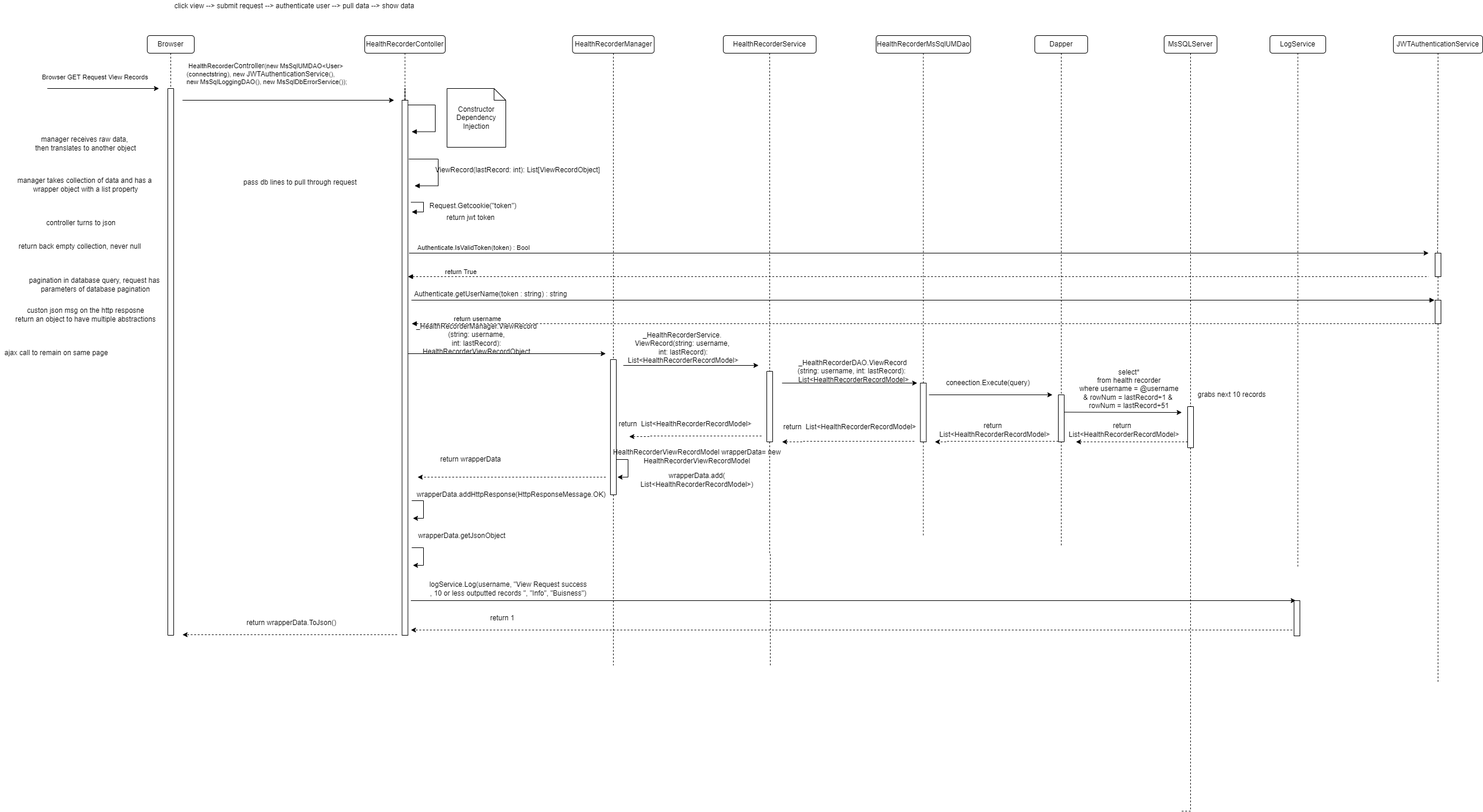
Before: Documents/Features/Feature - Health Recorder/ViewRecords/ViewRecord-ViewRecord.drawio.png, a diagram exported from draw.io (Annihilator3180/CECS-491A-Senior-Project). Source tidied: cells renumbered, new cells last; positions are measured from the earlier drawing's top-left corner, leaving out a move shared by most shapes.
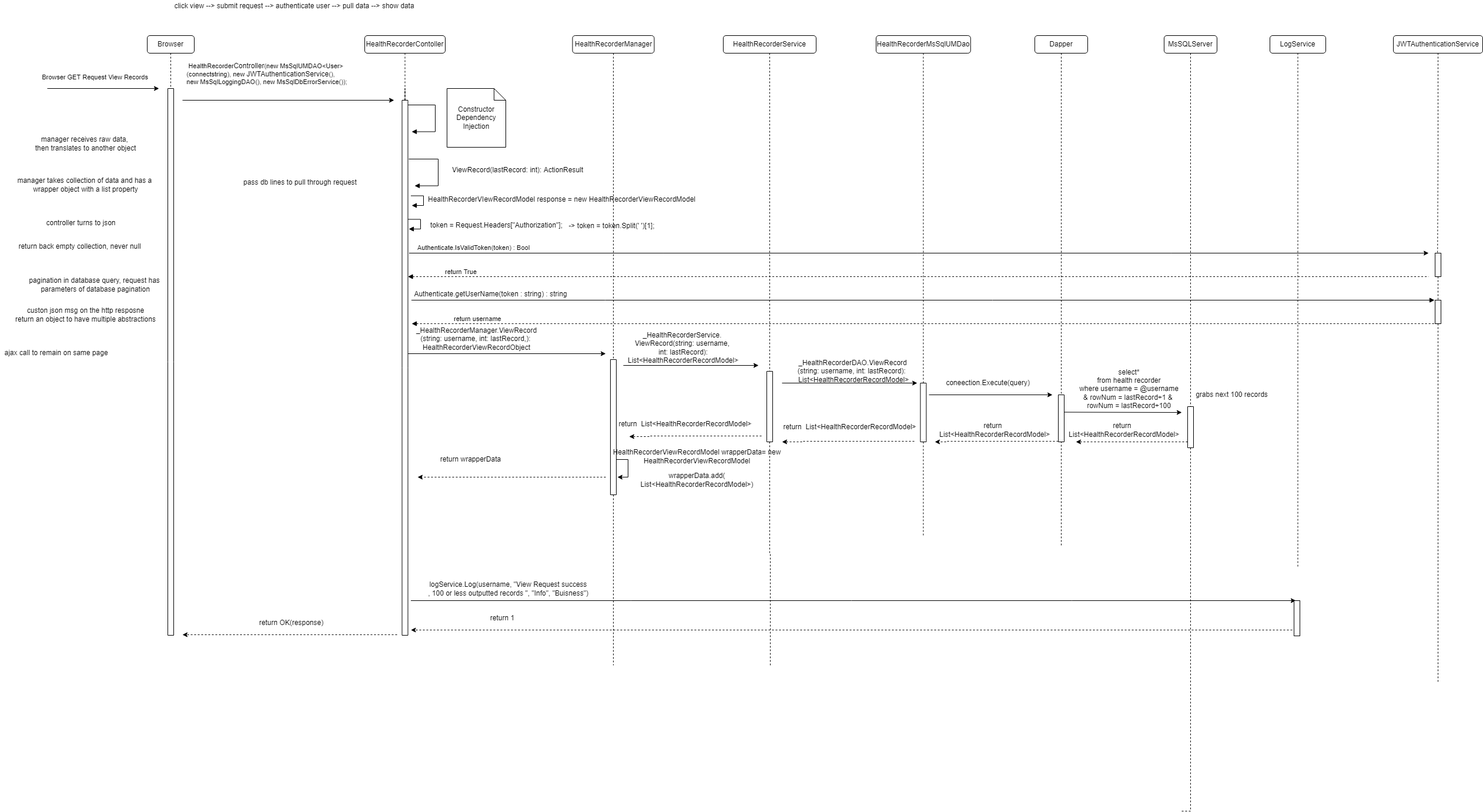
The same file after the commit.

Diff of the diagram source:
```diff
@@ -125,8 +125,8 @@
     <mxCell id="30" style="edgeStyle=orthogonalEdgeStyle;rounded=0;jettySize=auto;html=1;dashed=1;endArrow=none;endFill=0;" parent="1" edge="1" source="4" target="29">
       <mxGeometry relative="1" as="geometry" />
     </mxCell>
-    <mxCell id="31" value="ViewRecord(lastRecord: int): List[ViewRecordObject]" style="text;html=1;align=center;verticalAlign=middle;strokeColor=none;fillColor=none;" parent="1" vertex="1">
-      <mxGeometry x="730" y="279" width="300" height="20" as="geometry" />
+    <mxCell id="31" value="ViewRecord(lastRecord: int): ActionResult" style="text;html=1;align=center;verticalAlign=middle;strokeColor=none;fillColor=none;" parent="1" vertex="1">
+      <mxGeometry x="760" y="279" width="240" height="20" as="geometry" />
     </mxCell>
     <mxCell id="32" style="endArrow=block;endFill=1;html=1;edgeStyle=orthogonalEdgeStyle;align=left;verticalAlign=top;rounded=0;" parent="1" edge="1">
       <mxGeometry x="-1" relative="1" as="geometry">
@@ -206,8 +206,8 @@
     <mxCell id="44" value="Authenticate.getUserName(token : string) : string" style="text;html=1;align=center;verticalAlign=middle;strokeColor=none;fillColor=none;" parent="1" vertex="1">
       <mxGeometry x="693.5" y="490" width="280" height="20" as="geometry" />
     </mxCell>
-    <mxCell id="45" value="_HealthRecorderManager.ViewRecord&lt;br&gt;(string: username,&lt;br&gt;&amp;nbsp;int: lastRecord): &lt;br&gt;HealthRecorderViewRecordObject" style="text;html=1;align=center;verticalAlign=middle;strokeColor=none;fillColor=none;" parent="1" vertex="1">
-      <mxGeometry x="700" y="546" width="220" height="60" as="geometry" />
+    <mxCell id="45" value="_HealthRecorderManager.ViewRecord&lt;br&gt;(string: username, int: lastRecord,): &lt;br&gt;HealthRecorderViewRecordObject" style="text;html=1;align=center;verticalAlign=middle;strokeColor=none;fillColor=none;" parent="1" vertex="1">
+      <mxGeometry x="700" y="551" width="220" height="50" as="geometry" />
     </mxCell>
     <mxCell id="46" style="endArrow=classic;html=1;rounded=0;" parent="1" edge="1">
       <mxGeometry relative="1" as="geometry">
@@ -292,7 +292,7 @@
         <mxPoint x="-94" y="-96" as="offset" />
       </mxGeometry>
     </mxCell>
-    <mxCell id="65" value="select*&lt;br&gt;from health recorder&lt;br&gt;where username = @username&lt;br&gt;&amp;amp; rowNum = lastRecord+1 &amp;amp;&amp;nbsp;&lt;br&gt;rowNum = lastRecord+51" style="text;html=1;align=center;verticalAlign=middle;strokeColor=none;fillColor=none;" parent="1" vertex="1">
+    <mxCell id="65" value="select*&lt;br&gt;from health recorder&lt;br&gt;where username = @username&lt;br&gt;&amp;amp; rowNum = lastRecord+1 &amp;amp;&amp;nbsp;&lt;br&gt;rowNum = lastRecord+100" style="text;html=1;align=center;verticalAlign=middle;strokeColor=none;fillColor=none;" parent="1" vertex="1">
       <mxGeometry x="1830" y="621" width="180" height="80" as="geometry" />
     </mxCell>
     <mxCell id="66" style="edgeStyle=orthogonalEdgeStyle;rounded=0;jettySize=auto;html=1;dashed=1;endArrow=classic;endFill=1;" parent="1" edge="1" source="67">
@@ -359,8 +359,8 @@
     <mxCell id="77" value="return&amp;nbsp;&amp;nbsp;List&amp;lt;HealthRecorderRecordModel&amp;gt;" style="text;html=1;align=center;verticalAlign=middle;strokeColor=none;fillColor=none;" parent="1" vertex="1">
       <mxGeometry x="1045" y="711" width="240" height="20" as="geometry" />
     </mxCell>
-    <mxCell id="78" value="return wrapperData.ToJson()" style="text;html=1;align=center;verticalAlign=middle;strokeColor=none;fillColor=none;" parent="1" vertex="1">
-      <mxGeometry x="410" y="1049" width="170" height="20" as="geometry" />
+    <mxCell id="78" value="return OK(response)" style="text;html=1;align=center;verticalAlign=middle;strokeColor=none;fillColor=none;" parent="1" vertex="1">
+      <mxGeometry x="430" y="1049" width="130" height="20" as="geometry" />
     </mxCell>
     <mxCell id="79" style="edgeStyle=orthogonalEdgeStyle;rounded=0;orthogonalLoop=1;jettySize=auto;html=1;dashed=1;endArrow=classic;endFill=1;" parent="1" edge="1">
       <mxGeometry relative="1" as="geometry">
@@ -371,8 +371,8 @@
         </Array>
       </mxGeometry>
     </mxCell>
-    <mxCell id="80" value="&lt;span style=&quot;font-size: 12px&quot;&gt;logService.Log(username, &quot;View Request success&lt;br&gt;, 10 or less outputted records &quot;, &quot;Info&quot;, &quot;Buisness&quot;)&lt;/span&gt;" style="text;html=1;align=center;verticalAlign=middle;strokeColor=none;fillColor=none;" parent="1" vertex="1">
-      <mxGeometry x="723.5" y="986" width="280" height="30" as="geometry" />
+    <mxCell id="80" value="&lt;span style=&quot;font-size: 12px&quot;&gt;logService.Log(username, &quot;View Request success&lt;br&gt;, 100 or less outputted records &quot;, &quot;Info&quot;, &quot;Buisness&quot;)&lt;/span&gt;" style="text;html=1;align=center;verticalAlign=middle;strokeColor=none;fillColor=none;" parent="1" vertex="1">
+      <mxGeometry x="718.5" y="986" width="290" height="30" as="geometry" />
     </mxCell>
     <mxCell id="81" style="endArrow=classic;html=1;rounded=0;edgeStyle=orthogonalEdgeStyle;" parent="1" edge="1">
       <mxGeometry relative="1" as="geometry">
@@ -423,8 +423,8 @@
     <mxCell id="93" value="HealthRecorderViewRecordModel wrapperData= new&lt;br&gt;HealthRecorderViewRecordModel" style="text;html=1;align=center;verticalAlign=middle;strokeColor=none;fillColor=none;" parent="1" vertex="1">
       <mxGeometry x="1035" y="761" width="300" height="30" as="geometry" />
     </mxCell>
-    <mxCell id="94" value="grabs next 10 records" style="text;html=1;align=center;verticalAlign=middle;strokeColor=none;fillColor=none;" parent="1" vertex="1">
-      <mxGeometry x="2030" y="661" width="130" height="20" as="geometry" />
+    <mxCell id="94" value="grabs next 100 records" style="text;html=1;align=center;verticalAlign=middle;strokeColor=none;fillColor=none;" parent="1" vertex="1">
+      <mxGeometry x="2025" y="661" width="140" height="20" as="geometry" />
     </mxCell>
     <mxCell id="95" style="edgeStyle=orthogonalEdgeStyle;rounded=0;orthogonalLoop=1;jettySize=auto;html=1;dashed=1;endArrow=classic;endFill=1;" parent="1" edge="1">
       <mxGeometry relative="1" as="geometry">
@@ -438,51 +438,39 @@
     <mxCell id="96" value="return wrapperData" style="text;html=1;align=center;verticalAlign=middle;strokeColor=none;fillColor=none;" parent="1" vertex="1">
       <mxGeometry x="740" y="771" width="120" height="20" as="geometry" />
     </mxCell>
-    <mxCell id="97" value="wrapperData.addHttpResponse(HttpResponseMessage.OK)" style="text;html=1;align=center;verticalAlign=middle;strokeColor=none;fillColor=none;" parent="1" vertex="1">
-      <mxGeometry x="698.5" y="831" width="340" height="20" as="geometry" />
-    </mxCell>
-    <mxCell id="98" style="edgeStyle=orthogonalEdgeStyle;rounded=0;orthogonalLoop=1;jettySize=auto;html=1;" parent="1" edge="1">
-      <mxGeometry relative="1" as="geometry">
-        <mxPoint x="700" y="851" as="sourcePoint" />
-        <mxPoint x="702" y="881" as="targetPoint" />
-        <Array as="points">
-          <mxPoint x="720" y="851" />
-          <mxPoint x="720" y="881" />
-        </Array>
-      </mxGeometry>
-    </mxCell>
-    <mxCell id="99" value="wrapperData.getJsonObject" style="text;html=1;align=center;verticalAlign=middle;strokeColor=none;fillColor=none;" parent="1" vertex="1">
-      <mxGeometry x="705" y="901" width="160" height="20" as="geometry" />
-    </mxCell>
-    <mxCell id="100" style="edgeStyle=orthogonalEdgeStyle;rounded=0;orthogonalLoop=1;jettySize=auto;html=1;" parent="1" edge="1">
-      <mxGeometry relative="1" as="geometry">
-        <mxPoint x="700" y="931" as="sourcePoint" />
-        <mxPoint x="702" y="961" as="targetPoint" />
-        <Array as="points">
-          <mxPoint x="720" y="931" />
-          <mxPoint x="720" y="961" />
-        </Array>
-      </mxGeometry>
-    </mxCell>
     <mxCell id="101" value="wrapperData.add(&lt;br&gt;List&amp;lt;HealthRecorderRecordModel&amp;gt;)" style="text;html=1;align=center;verticalAlign=middle;strokeColor=none;fillColor=none;" parent="1" vertex="1">
       <mxGeometry x="1080" y="801" width="210" height="30" as="geometry" />
     </mxCell>
-    <mxCell id="102" style="endArrow=block;endFill=1;html=1;edgeStyle=orthogonalEdgeStyle;align=left;verticalAlign=top;rounded=0;" parent="1" edge="1">
-      <mxGeometry x="-1" relative="1" as="geometry">
-        <mxPoint x="698.5" y="343.5" as="sourcePoint" />
-        <mxPoint x="700" y="360" as="targetPoint" />
-        <Array as="points">
-          <mxPoint x="720" y="344" />
-          <mxPoint x="720" y="360" />
-          <mxPoint x="700" y="360" />
-        </Array>
-      </mxGeometry>
-    </mxCell>
-    <mxCell id="103" value="Request.Getcookie(&quot;token&quot;)" style="text;html=1;align=center;verticalAlign=middle;strokeColor=none;fillColor=none;" parent="1" vertex="1">
-      <mxGeometry x="724" y="340" width="160" height="20" as="geometry" />
-    </mxCell>
-    <mxCell id="104" value="return jwt token" style="text;html=1;align=center;verticalAlign=middle;strokeColor=none;fillColor=none;" parent="1" vertex="1">
-      <mxGeometry x="750" y="360" width="100" height="20" as="geometry" />
-    </mxCell>
+    <mxCell id="105" style="endArrow=block;endFill=1;html=1;edgeStyle=orthogonalEdgeStyle;align=left;verticalAlign=top;rounded=0;" parent="1" edge="1">
+      <mxGeometry x="-1" relative="1" as="geometry">
+        <mxPoint x="698.5" y="332.5" as="sourcePoint" />
+        <mxPoint x="700" y="349" as="targetPoint" />
+        <Array as="points">
+          <mxPoint x="720" y="333" />
+          <mxPoint x="720" y="349" />
+          <mxPoint x="700" y="349" />
+        </Array>
+      </mxGeometry>
+    </mxCell>
+    <mxCell id="106" value="HealthRecorderVIewRecordModel response = new HealthRecorderViewRecordModel" style="text;html=1;align=center;verticalAlign=middle;strokeColor=none;fillColor=none;" parent="1" vertex="1">
+      <mxGeometry x="720" y="329" width="470" height="20" as="geometry" />
+    </mxCell>
+    <mxCell id="107" style="endArrow=block;endFill=1;html=1;edgeStyle=orthogonalEdgeStyle;align=left;verticalAlign=top;rounded=0;" parent="1" edge="1">
+      <mxGeometry x="-1" relative="1" as="geometry">
+        <mxPoint x="693.5" y="372.5" as="sourcePoint" />
+        <mxPoint x="695" y="389" as="targetPoint" />
+        <Array as="points">
+          <mxPoint x="715" y="373" />
+          <mxPoint x="715" y="389" />
+          <mxPoint x="695" y="389" />
+        </Array>
+      </mxGeometry>
+    </mxCell>
+    <mxCell id="108" value="token = Request.Headers[&quot;Authorization&quot;];" style="text;whiteSpace=wrap;html=1;" parent="1" vertex="1">
+      <mxGeometry x="730" y="369" width="250" height="30" as="geometry" />
+    </mxCell>
+    <mxCell id="109" value="-&amp;gt; token = token.Split(' ')[1];" style="text;html=1;align=center;verticalAlign=middle;strokeColor=none;fillColor=none;" parent="1" vertex="1">
+      <mxGeometry x="960" y="374" width="160" height="20" as="geometry" />
+    </mxCell>
   </root>
 </mxGraphModel>
```
